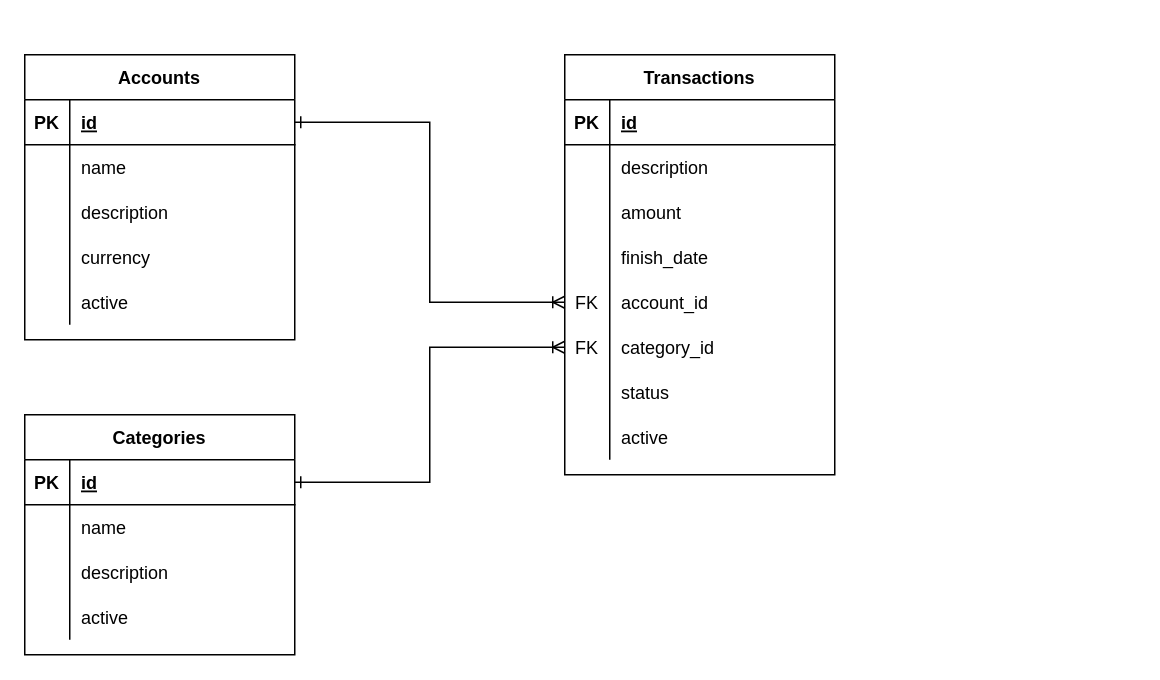
My-Financial-Hub/core-api keeps this draw.io diagram as api/docs/database/database.drawio. Above is the earlier version. Source tidied: cells renumbered, new cells numbered last; positions are measured from the earlier drawing's top-left corner, leaving out a move shared by most shapes. Both pictures are drawn from the tidied source at 150%, with x=0, y=0 at pixel (24, 54).
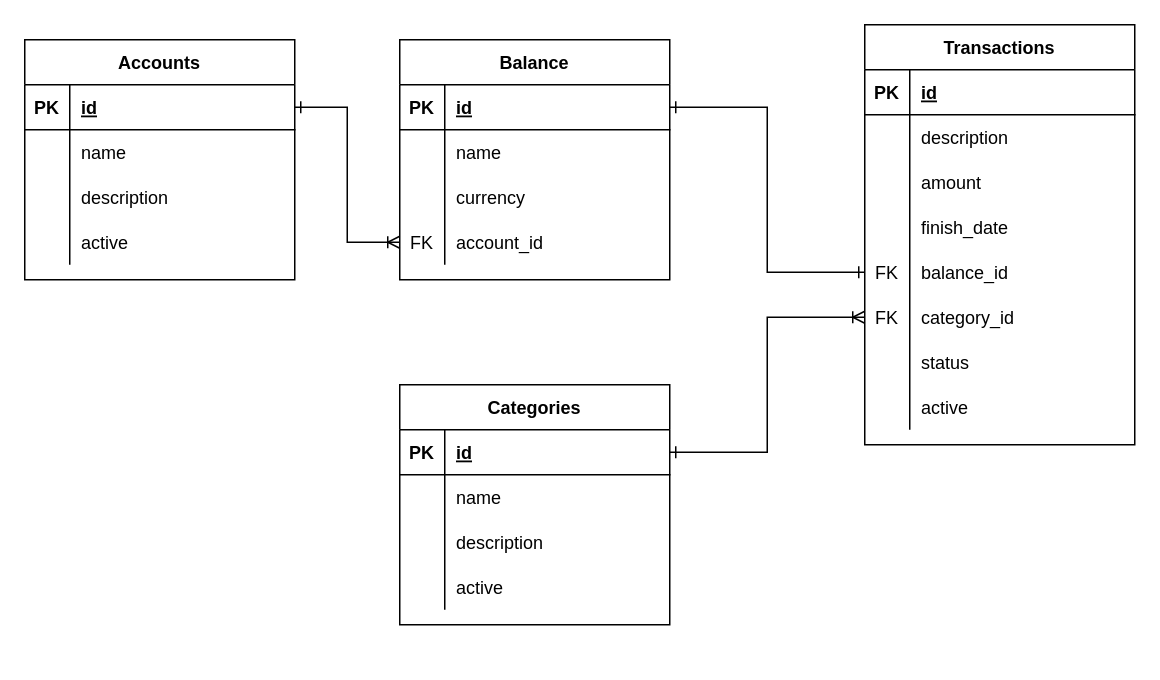
The same page after the edit.

The change refers to these unchanged cells:
```xml
<mxCell id="3" style="shape=partialRectangle;fillColor=none;top=0;left=0;bottom=1;right=0;points=[[0,0.5],[1,0.5]];portConstraint=eastwest;" parent="2" vertex="1">
  <mxGeometry y="30" width="180" height="30" as="geometry" />
</mxCell>
<mxCell id="44" style="shape=partialRectangle;fillColor=none;top=0;left=0;bottom=0;right=0;points=[[0,0.5],[1,0.5]];portConstraint=eastwest;" parent="31" vertex="1">
  <mxGeometry y="150" width="180" height="30" as="geometry" />
</mxCell>
```

Diff of the diagram source:
```diff
@@
     <mxCell id="2" value="Accounts" style="shape=table;startSize=30;childLayout=tableLayout;rowLines=0;fontStyle=1;align=center;" parent="1" vertex="1">
-      <mxGeometry width="180" height="190" as="geometry" />
+      <mxGeometry y="-10" width="180" height="160" as="geometry" />
     </mxCell>
@@
-    <mxCell id="12" style="shape=partialRectangle;fillColor=none;top=0;left=0;bottom=0;right=0;points=[[0,0.5],[1,0.5]];portConstraint=eastwest;" parent="2" vertex="1">
-      <mxGeometry y="120" width="180" height="30" as="geometry" />
-    </mxCell>
-    <mxCell id="13" style="shape=partialRectangle;fillColor=none;top=0;left=0;bottom=0;right=0;overflow=hidden;" parent="12" vertex="1">
-      <mxGeometry width="30" height="30" as="geometry" />
-    </mxCell>
-    <mxCell id="14" value="currency" style="shape=partialRectangle;fillColor=none;top=0;left=0;bottom=0;right=0;align=left;spacingLeft=6;overflow=hidden;" parent="12" vertex="1">
-      <mxGeometry x="30" width="150" height="30" as="geometry" />
-    </mxCell>
     <mxCell id="15" style="shape=partialRectangle;fillColor=none;top=0;left=0;bottom=0;right=0;" parent="2" vertex="1">
-      <mxGeometry y="150" width="180" height="30" as="geometry" />
+      <mxGeometry y="120" width="180" height="30" as="geometry" />
     </mxCell>
@@
     <mxCell id="18" value="Categories" style="shape=table;startSize=30;childLayout=tableLayout;rowLines=0;fontStyle=1;align=center;" parent="1" vertex="1">
-      <mxGeometry y="240" width="180" height="160" as="geometry" />
+      <mxGeometry x="250" y="220" width="180" height="160" as="geometry" />
     </mxCell>
@@
     <mxCell id="31" value="Transactions" style="shape=table;startSize=30;childLayout=tableLayout;rowLines=0;fontStyle=1;align=center;" parent="1" vertex="1">
-      <mxGeometry x="360" width="180" height="280" as="geometry" />
+      <mxGeometry x="560" y="-20" width="180" height="280" as="geometry" />
     </mxCell>
@@
-    <mxCell id="46" value="account_id" style="shape=partialRectangle;fillColor=none;top=0;left=0;bottom=0;right=0;align=left;spacingLeft=6;overflow=hidden;" parent="44" vertex="1">
+    <mxCell id="46" value="balance_id" style="shape=partialRectangle;fillColor=none;top=0;left=0;bottom=0;right=0;align=left;spacingLeft=6;overflow=hidden;" parent="44" vertex="1">
       <mxGeometry x="30" width="150" height="30" as="geometry" />
     </mxCell>
@@
-    <mxCell id="56" style="edgeStyle=orthogonalEdgeStyle;rounded=0;jettySize=auto;html=1;entryX=0;entryY=0.5;entryDx=0;entryDy=0;startArrow=ERone;startFill=0;endArrow=ERoneToMany;endFill=0;" parent="1" edge="1" source="3" target="44">
-      <mxGeometry relative="1" as="geometry" />
-    </mxCell>
@@
+    <mxCell id="58" value="Balance" style="shape=table;startSize=30;childLayout=tableLayout;rowLines=0;fontStyle=1;align=center;" parent="1" vertex="1">
+      <mxGeometry x="250" y="-10" width="180" height="160" as="geometry" />
+    </mxCell>
+    <mxCell id="59" style="shape=partialRectangle;fillColor=none;top=0;left=0;bottom=1;right=0;points=[[0,0.5],[1,0.5]];portConstraint=eastwest;" parent="58" vertex="1">
+      <mxGeometry y="30" width="180" height="30" as="geometry" />
+    </mxCell>
+    <mxCell id="60" value="PK" style="shape=partialRectangle;fillColor=none;top=0;left=0;bottom=0;right=0;fontStyle=1;overflow=hidden;" parent="59" vertex="1">
+      <mxGeometry width="30" height="30" as="geometry" />
+    </mxCell>
+    <mxCell id="61" value="id" style="shape=partialRectangle;fillColor=none;top=0;left=0;bottom=0;right=0;align=left;spacingLeft=6;fontStyle=5;overflow=hidden;" parent="59" vertex="1">
+      <mxGeometry x="30" width="150" height="30" as="geometry" />
+    </mxCell>
+    <mxCell id="62" style="shape=partialRectangle;fillColor=none;top=0;left=0;bottom=0;right=0;" parent="58" vertex="1">
+      <mxGeometry y="60" width="180" height="30" as="geometry" />
+    </mxCell>
+    <mxCell id="63" style="shape=partialRectangle;fillColor=none;top=0;left=0;bottom=0;right=0;overflow=hidden;" parent="62" vertex="1">
+      <mxGeometry width="30" height="30" as="geometry" />
+    </mxCell>
+    <mxCell id="64" value="name" style="shape=partialRectangle;fillColor=none;top=0;left=0;bottom=0;right=0;align=left;spacingLeft=6;overflow=hidden;" parent="62" vertex="1">
+      <mxGeometry x="30" width="150" height="30" as="geometry" />
+    </mxCell>
+    <mxCell id="65" style="shape=partialRectangle;fillColor=none;top=0;left=0;bottom=0;right=0;" parent="58" vertex="1">
+      <mxGeometry y="90" width="180" height="30" as="geometry" />
+    </mxCell>
+    <mxCell id="66" style="shape=partialRectangle;fillColor=none;top=0;left=0;bottom=0;right=0;overflow=hidden;" parent="65" vertex="1">
+      <mxGeometry width="30" height="30" as="geometry" />
+    </mxCell>
+    <mxCell id="14" value="currency" style="shape=partialRectangle;fillColor=none;top=0;left=0;bottom=0;right=0;align=left;spacingLeft=6;overflow=hidden;" parent="65" vertex="1">
+      <mxGeometry x="30" width="150" height="30" as="geometry" />
+    </mxCell>
+    <mxCell id="12" style="shape=partialRectangle;fillColor=none;top=0;left=0;bottom=0;right=0;points=[[0,0.5],[1,0.5]];portConstraint=eastwest;" parent="58" vertex="1">
+      <mxGeometry y="120" width="180" height="30" as="geometry" />
+    </mxCell>
+    <mxCell id="67" value="FK" style="shape=partialRectangle;fillColor=none;top=0;left=0;bottom=0;right=0;overflow=hidden;" parent="12" vertex="1">
+      <mxGeometry width="30" height="30" as="geometry" />
+    </mxCell>
+    <mxCell id="68" value="account_id" style="shape=partialRectangle;fillColor=none;top=0;left=0;bottom=0;right=0;align=left;spacingLeft=6;overflow=hidden;" parent="12" vertex="1">
+      <mxGeometry x="30" width="150" height="30" as="geometry" />
+    </mxCell>
+    <mxCell id="69" style="edgeStyle=orthogonalEdgeStyle;rounded=0;jettySize=auto;html=1;startArrow=ERone;startFill=0;endArrow=ERoneToMany;endFill=0;" parent="1" edge="1" source="3" target="12">
+      <mxGeometry relative="1" as="geometry" />
+    </mxCell>
+    <mxCell id="70" style="edgeStyle=orthogonalEdgeStyle;rounded=0;jettySize=auto;html=1;startArrow=ERone;startFill=0;endArrow=ERone;endFill=0;" parent="1" edge="1" source="59" target="44">
+      <mxGeometry relative="1" as="geometry" />
+    </mxCell>
```
